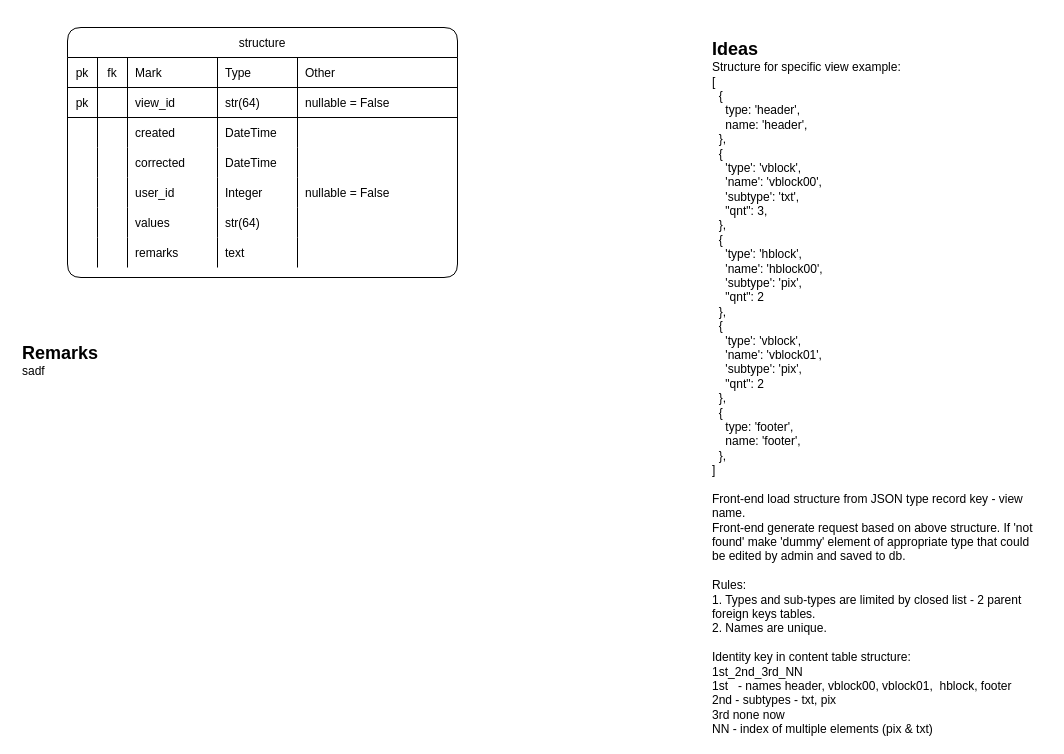
This is page "structure table" (3 of 9) of market-coffee.drawio from Sergey190309/220415-market-caffee, a draw.io file, before an edit. Source tidied: cells renumbered, new cells numbered last; positions are measured from the earlier drawing's top-left corner, leaving out a move shared by most shapes. Both pictures are drawn from the tidied source at 100%, with x=0, y=0 at pixel (17, 27).
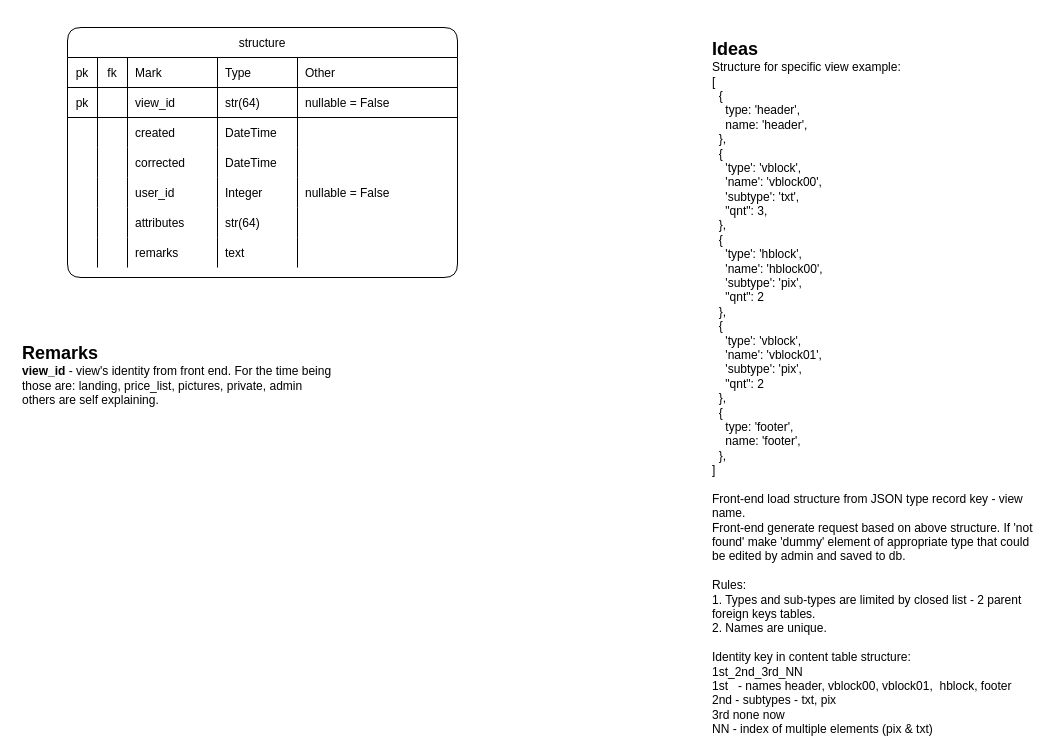
The same diagram, later.

The change refers to these unchanged cells:
```xml
<mxCell id="33" style="shape=partialRectangle;fillColor=none;top=0;left=0;bottom=0;right=0;rounded=1;" parent="2" vertex="1">
  <mxGeometry y="180" width="390" height="30" as="geometry" />
</mxCell>
```

What changed in the source:
```diff
@@
-    <mxCell id="36" value="values" style="shape=partialRectangle;fillColor=none;top=0;left=0;bottom=0;right=0;align=left;spacingLeft=6;overflow=hidden;rounded=1;" parent="33" vertex="1">
+    <mxCell id="36" value="attributes" style="shape=partialRectangle;fillColor=none;top=0;left=0;bottom=0;right=0;align=left;spacingLeft=6;overflow=hidden;rounded=1;" parent="33" vertex="1">
       <mxGeometry x="60" width="90" height="30" as="geometry" />
     </mxCell>
@@
-    <mxCell id="48" value="&lt;font style=&quot;font-size: 18px&quot;&gt;&lt;b&gt;&lt;br&gt;Remarks&lt;/b&gt;&lt;/font&gt;&lt;br&gt;sadf" style="text;strokeColor=none;fillColor=none;spacing=5;spacingTop=-20;overflow=hidden;rounded=0;whiteSpace=wrap;html=1;" parent="46" vertex="1">
+    <mxCell id="48" value="&lt;font style=&quot;font-size: 18px&quot;&gt;&lt;b&gt;&lt;br&gt;Remarks&lt;/b&gt;&lt;/font&gt;&lt;br&gt;&lt;b&gt;view_id&lt;/b&gt; - view's identity from front end. For the time being those are:&amp;nbsp;landing,&amp;nbsp;price_list,&amp;nbsp;pictures,&amp;nbsp;private,&amp;nbsp;admin&lt;br&gt;others are self explaining.&lt;br&gt;" style="text;strokeColor=none;fillColor=none;spacing=5;spacingTop=-20;overflow=hidden;rounded=0;whiteSpace=wrap;html=1;" parent="46" vertex="1">
       <mxGeometry y="304" width="340" height="330" as="geometry" />
     </mxCell>
```
